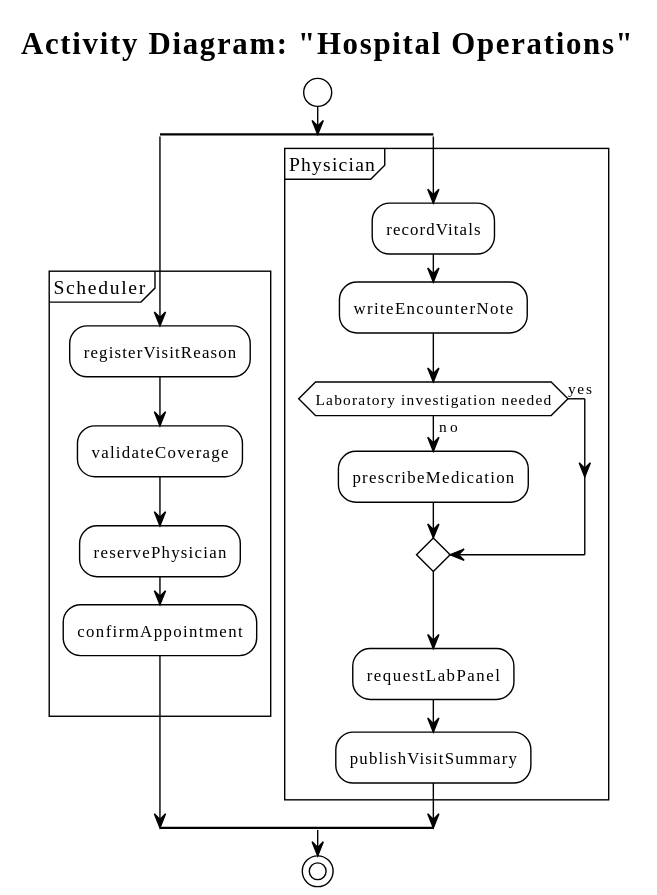
Before: examples/hospital-operations/generated/activity/HospitalOperations.activity.svg, a diagram exported from PlantUML (fredoslav2004/modt-core). Its diagram source:
```plantuml
@startuml
skinparam MessageAlign center
title Activity Diagram: "Hospital Operations"
!theme plain
skinparam classAttributeIconSize 0
start
split
partition "Scheduler" {
    :registerVisitReason;
    :validateCoverage;
    :reservePhysician;
    :confirmAppointment;
    label ScheduleConsultation_end
}
split again
partition "Physician" {
    :recordVitals;
    :writeEncounterNote;
    if (Laboratory investigation needed) then (yes)
    else (no)
      :prescribeMedication;
    endif
    label CompleteConsultation_labs
    :requestLabPanel;
    :publishVisitSummary;
    label CompleteConsultation_end
}
endsplit
stop
@enduml
```
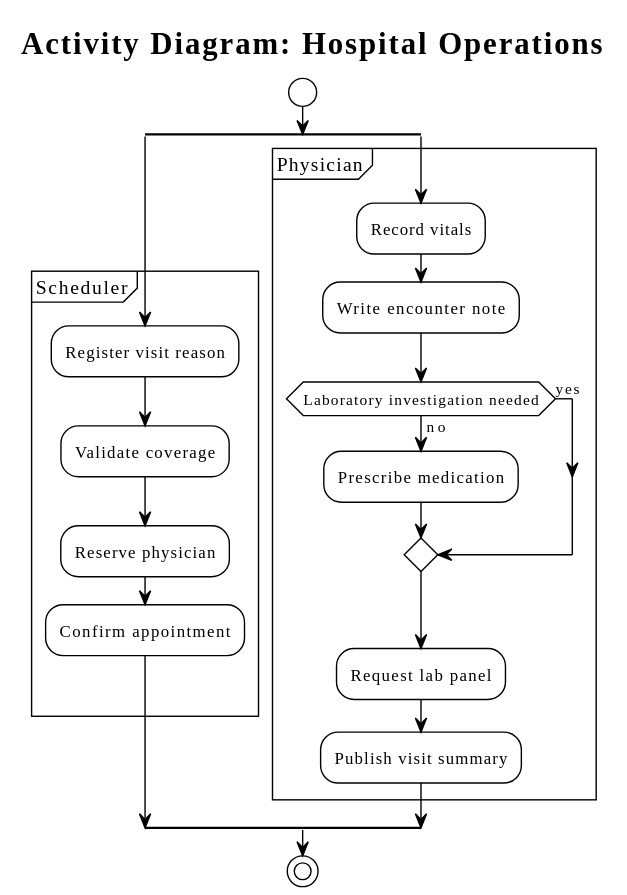
The same diagram one commit later.

Change to the diagram source:
```diff
@@ -1,28 +1,28 @@
 @startuml
 skinparam MessageAlign center
-title Activity Diagram: "Hospital Operations"
+title Activity Diagram: Hospital Operations
 !theme plain
 skinparam classAttributeIconSize 0
 start
 split
 partition "Scheduler" {
-    :registerVisitReason;
-    :validateCoverage;
-    :reservePhysician;
-    :confirmAppointment;
+    :Register visit reason;
+    :Validate coverage;
+    :Reserve physician;
+    :Confirm appointment;
     label ScheduleConsultation_end
 }
 split again
 partition "Physician" {
-    :recordVitals;
-    :writeEncounterNote;
+    :Record vitals;
+    :Write encounter note;
     if (Laboratory investigation needed) then (yes)
     else (no)
-      :prescribeMedication;
+      :Prescribe medication;
     endif
     label CompleteConsultation_labs
-    :requestLabPanel;
-    :publishVisitSummary;
+    :Request lab panel;
+    :Publish visit summary;
     label CompleteConsultation_end
 }
 endsplit
```
